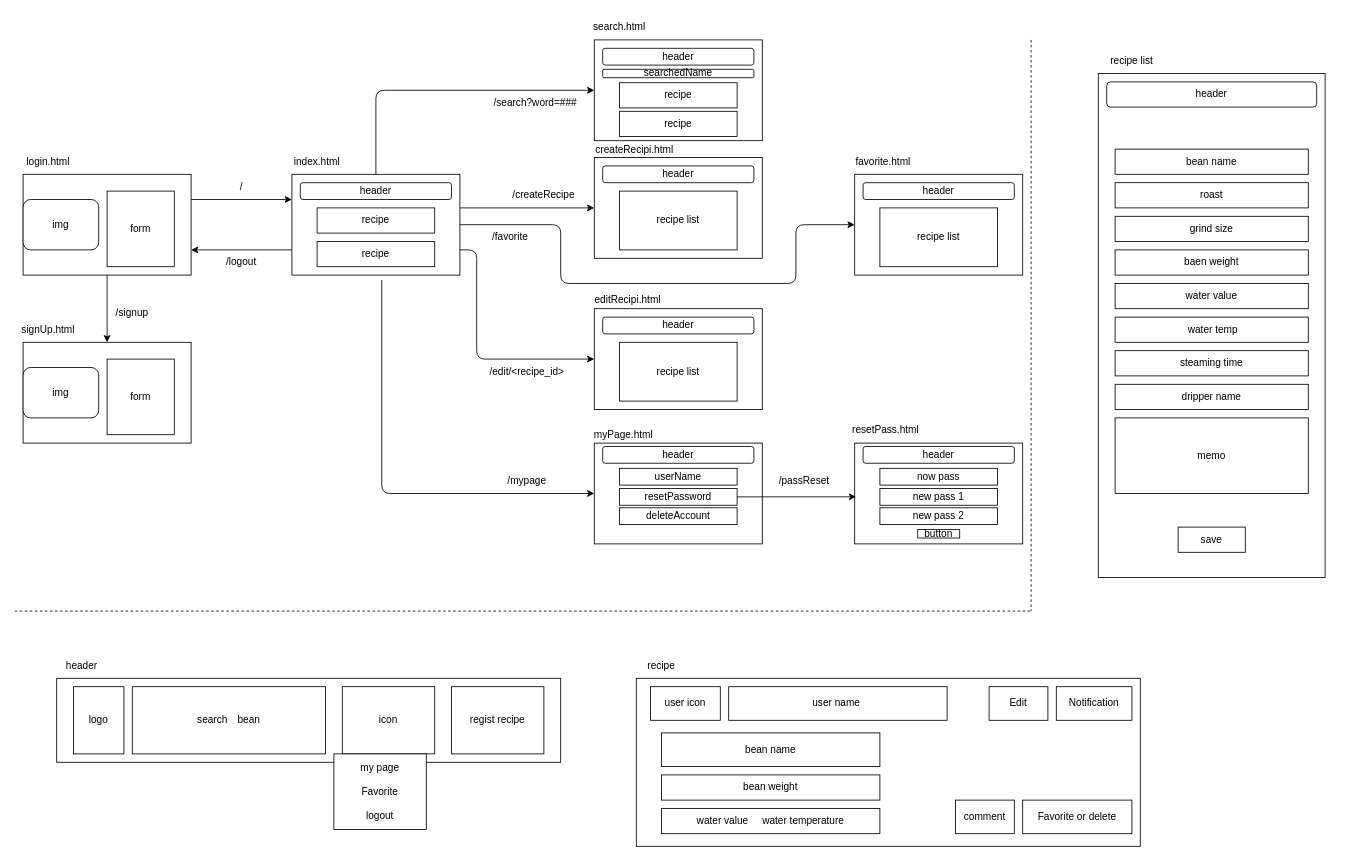
Before: screen.dio in sasa-0823/my_coffee, a draw.io diagram. Source tidied: cells renumbered, new cells numbered last; positions are measured from the earlier drawing's top-left corner, leaving out a move shared by most shapes. Both pictures are drawn from the tidied source at 84%, with x=0, y=0 at pixel (14, 14).
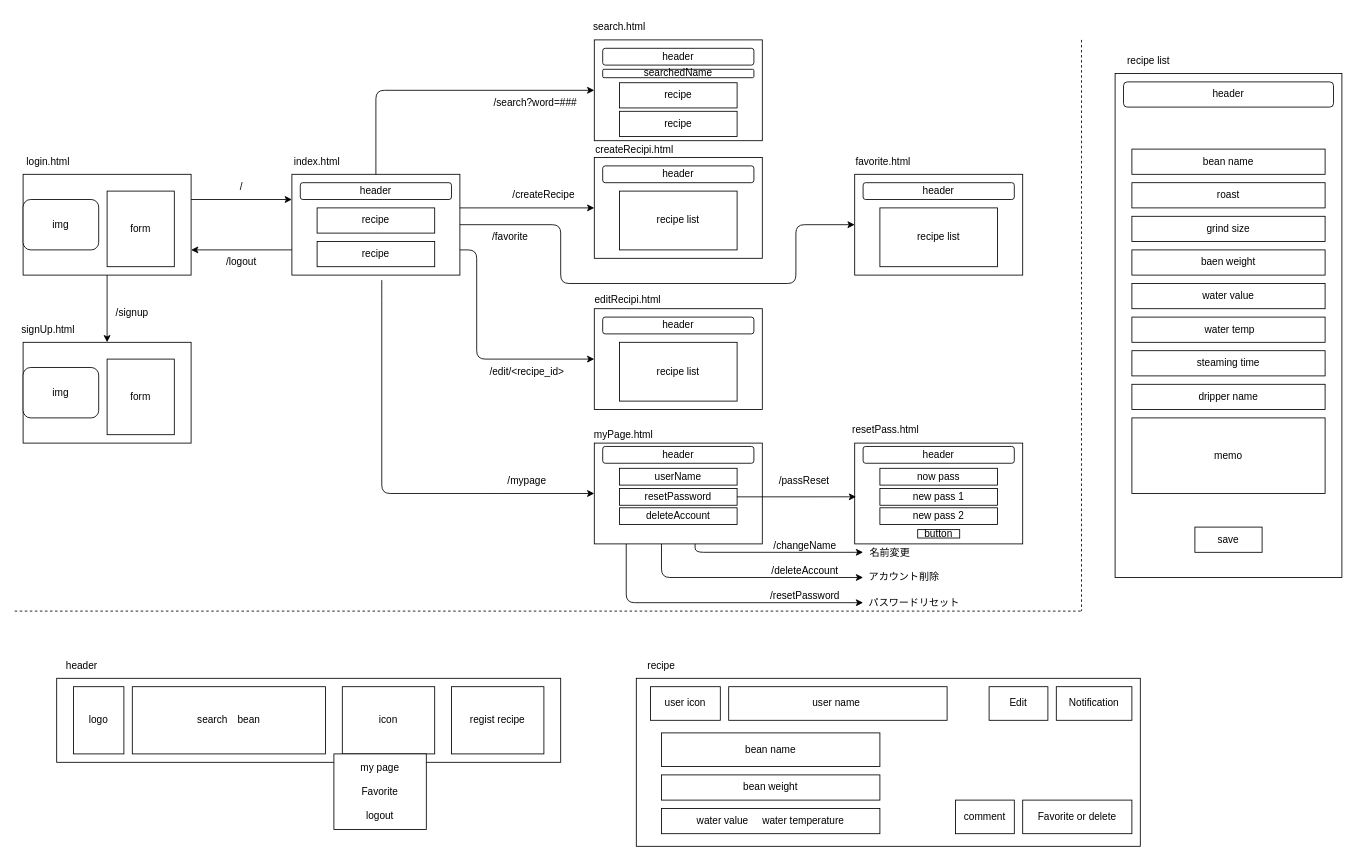
Above is the later version.

The change refers to these unchanged cells:
```xml
<mxCell id="33" style="rounded=0;whiteSpace=wrap;html=1;" parent="32" vertex="1">
  <mxGeometry y="30" width="200" height="120" as="geometry" />
</mxCell>
```

Change to the diagram source:
```diff
@@
     <mxCell id="77" style="endArrow=none;dashed=1;html=1;" parent="1" edge="1">
       <mxGeometry relative="1" as="geometry">
         <mxPoint y="710" as="sourcePoint" />
-        <mxPoint x="1210" y="710" as="targetPoint" />
+        <mxPoint x="1270" y="710" as="targetPoint" />
       </mxGeometry>
     </mxCell>
     <mxCell id="78" style="endArrow=none;dashed=1;html=1;" parent="1" edge="1">
       <mxGeometry relative="1" as="geometry">
-        <mxPoint x="1210" y="30" as="sourcePoint" />
-        <mxPoint x="1210" y="710" as="targetPoint" />
+        <mxPoint x="1270" y="30" as="sourcePoint" />
+        <mxPoint x="1270" y="710" as="targetPoint" />
       </mxGeometry>
     </mxCell>
     <mxCell id="79" style="rounded=0;whiteSpace=wrap;html=1;" parent="1" vertex="1">
-      <mxGeometry x="1290" y="70" width="270" height="600" as="geometry" />
+      <mxGeometry x="1310" y="70" width="270" height="600" as="geometry" />
     </mxCell>
     <mxCell id="80" value="bean name" style="rounded=0;whiteSpace=wrap;html=1;" parent="1" vertex="1">
-      <mxGeometry x="1310" y="160" width="230" height="30" as="geometry" />
+      <mxGeometry x="1330" y="160" width="230" height="30" as="geometry" />
     </mxCell>
     <mxCell id="81" value="header" style="rounded=1;whiteSpace=wrap;html=1;" parent="1" vertex="1">
-      <mxGeometry x="1300" y="80" width="250" height="30" as="geometry" />
+      <mxGeometry x="1320" y="80" width="250" height="30" as="geometry" />
     </mxCell>
     <mxCell id="82" value="roast" style="rounded=0;whiteSpace=wrap;html=1;" parent="1" vertex="1">
-      <mxGeometry x="1310" y="200" width="230" height="30" as="geometry" />
+      <mxGeometry x="1330" y="200" width="230" height="30" as="geometry" />
     </mxCell>
     <mxCell id="83" value="grind size" style="rounded=0;whiteSpace=wrap;html=1;" parent="1" vertex="1">
-      <mxGeometry x="1310" y="240" width="230" height="30" as="geometry" />
+      <mxGeometry x="1330" y="240" width="230" height="30" as="geometry" />
     </mxCell>
     <mxCell id="84" value="baen weight" style="rounded=0;whiteSpace=wrap;html=1;" parent="1" vertex="1">
-      <mxGeometry x="1310" y="280" width="230" height="30" as="geometry" />
+      <mxGeometry x="1330" y="280" width="230" height="30" as="geometry" />
     </mxCell>
     <mxCell id="85" value="water value" style="rounded=0;whiteSpace=wrap;html=1;" parent="1" vertex="1">
-      <mxGeometry x="1310" y="320" width="230" height="30" as="geometry" />
+      <mxGeometry x="1330" y="320" width="230" height="30" as="geometry" />
     </mxCell>
     <mxCell id="86" value="&amp;nbsp;water temp" style="rounded=0;whiteSpace=wrap;html=1;" parent="1" vertex="1">
-      <mxGeometry x="1310" y="360" width="230" height="30" as="geometry" />
+      <mxGeometry x="1330" y="360" width="230" height="30" as="geometry" />
     </mxCell>
     <mxCell id="87" value="steaming time" style="rounded=0;whiteSpace=wrap;html=1;" parent="1" vertex="1">
-      <mxGeometry x="1310" y="400" width="230" height="30" as="geometry" />
+      <mxGeometry x="1330" y="400" width="230" height="30" as="geometry" />
     </mxCell>
     <mxCell id="88" value="dripper name" style="rounded=0;whiteSpace=wrap;html=1;" parent="1" vertex="1">
-      <mxGeometry x="1310" y="440" width="230" height="30" as="geometry" />
+      <mxGeometry x="1330" y="440" width="230" height="30" as="geometry" />
     </mxCell>
     <mxCell id="89" value="memo" style="rounded=0;whiteSpace=wrap;html=1;" parent="1" vertex="1">
-      <mxGeometry x="1310" y="480" width="230" height="90" as="geometry" />
+      <mxGeometry x="1330" y="480" width="230" height="90" as="geometry" />
     </mxCell>
     <mxCell id="90" value="save" style="rounded=0;whiteSpace=wrap;html=1;" parent="1" vertex="1">
-      <mxGeometry x="1385" y="610" width="80" height="30" as="geometry" />
+      <mxGeometry x="1405" y="610" width="80" height="30" as="geometry" />
     </mxCell>
     <mxCell id="91" value="recipe list" style="text;html=1;strokeColor=none;fillColor=none;align=center;verticalAlign=middle;whiteSpace=wrap;rounded=0;" parent="1" vertex="1">
-      <mxGeometry x="1300" y="40" width="60" height="30" as="geometry" />
+      <mxGeometry x="1320" y="40" width="60" height="30" as="geometry" />
     </mxCell>
@@
+    <mxCell id="108" style="edgeStyle=none;html=1;exitX=0.19;exitY=1;exitDx=0;exitDy=0;exitPerimeter=0;" parent="1" edge="1" source="33">
+      <mxGeometry relative="1" as="geometry">
+        <mxPoint x="1010" y="700" as="targetPoint" />
+        <Array as="points">
+          <mxPoint x="728" y="700" />
+        </Array>
+      </mxGeometry>
+    </mxCell>
+    <mxCell id="109" style="edgeStyle=none;html=1;" parent="1" edge="1">
+      <mxGeometry relative="1" as="geometry">
+        <mxPoint x="770" y="630" as="sourcePoint" />
+        <mxPoint x="1010" y="670" as="targetPoint" />
+        <Array as="points">
+          <mxPoint x="770" y="670" />
+        </Array>
+      </mxGeometry>
+    </mxCell>
+    <mxCell id="110" style="edgeStyle=none;html=1;exitX=0.6;exitY=1;exitDx=0;exitDy=0;exitPerimeter=0;" parent="1" edge="1" source="33">
+      <mxGeometry relative="1" as="geometry">
+        <mxPoint x="1010" y="640" as="targetPoint" />
+        <Array as="points">
+          <mxPoint x="810" y="640" />
+        </Array>
+      </mxGeometry>
+    </mxCell>
+    <mxCell id="111" value="/changeName" style="text;html=1;strokeColor=none;fillColor=none;align=center;verticalAlign=middle;whiteSpace=wrap;rounded=0;" parent="1" vertex="1">
+      <mxGeometry x="861" y="617" width="160" height="30" as="geometry" />
+    </mxCell>
+    <mxCell id="112" value="/deleteAccount" style="text;html=1;strokeColor=none;fillColor=none;align=center;verticalAlign=middle;whiteSpace=wrap;rounded=0;" parent="1" vertex="1">
+      <mxGeometry x="861" y="647" width="160" height="30" as="geometry" />
+    </mxCell>
+    <mxCell id="113" value="/resetPassword" style="text;html=1;strokeColor=none;fillColor=none;align=center;verticalAlign=middle;whiteSpace=wrap;rounded=0;" parent="1" vertex="1">
+      <mxGeometry x="861" y="677" width="160" height="30" as="geometry" />
+    </mxCell>
+    <mxCell id="114" value="名前変更" style="text;html=1;strokeColor=none;fillColor=none;align=center;verticalAlign=middle;whiteSpace=wrap;rounded=0;" parent="1" vertex="1">
+      <mxGeometry x="962" y="626" width="160" height="30" as="geometry" />
+    </mxCell>
+    <mxCell id="115" value="アカウント削除" style="text;html=1;strokeColor=none;fillColor=none;align=center;verticalAlign=middle;whiteSpace=wrap;rounded=0;" parent="1" vertex="1">
+      <mxGeometry x="979" y="655" width="160" height="30" as="geometry" />
+    </mxCell>
+    <mxCell id="116" value="パスワードリセット" style="text;html=1;strokeColor=none;fillColor=none;align=center;verticalAlign=middle;whiteSpace=wrap;rounded=0;" parent="1" vertex="1">
+      <mxGeometry x="991" y="685" width="160" height="30" as="geometry" />
+    </mxCell>
```
